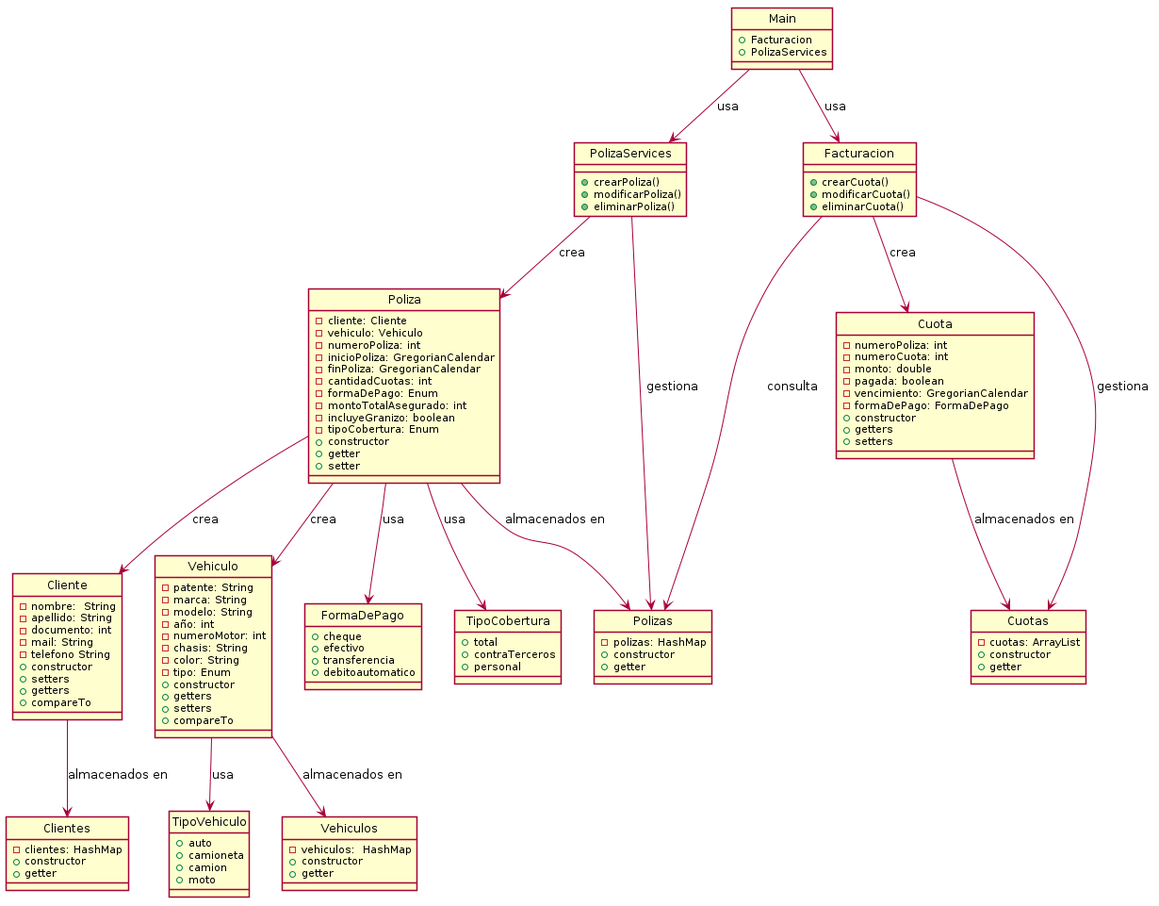
Before: out/latercera/latercera.png, a diagram exported from PlantUML (emiestevarena/Integrador2). Its diagram source:
```plantuml
@startuml latercera
skinparam  Style strictuml
skinparam  SequenceMessageAlignment center

class Cliente{
    -nombre:  String
    -apellido: String
    -documento: int
    -mail: String
    -telefono String
    +constructor
    +setters
    +getters
    +compareTo
}
class Clientes{
    -clientes: HashMap
    +constructor
    +getter
}
class Vehiculo{
    -patente: String
    -marca: String
    -modelo: String
    -año: int
    -numeroMotor: int
    -chasis: String
    -color: String
    -tipo: Enum
    +constructor
    +getters
    +setters
    +compareTo
}
enum TipoVehiculo{
    +auto
    +camioneta
    +camion
    +moto
}
class Vehiculos{
    -vehiculos:  HashMap
    +constructor
    +getter
}

class Poliza{
    -cliente: Cliente
    -vehiculo: Vehiculo
    -numeroPoliza: int
    -inicioPoliza: GregorianCalendar
    -finPoliza: GregorianCalendar
    -cantidadCuotas: int
    -formaDePago: Enum
    -montoTotalAsegurado: int
    -incluyeGranizo: boolean
    -tipoCobertura: Enum
    +constructor
    +getter
    +setter
}

enum FormaDePago{
    +cheque
    +efectivo
    +transferencia
    +debitoautomatico
}

enum TipoCobertura{
    +total
    +contraTerceros
    +personal
}

class Polizas{
    -polizas: HashMap
    +constructor
    +getter
}

class Cuota{
    -numeroPoliza: int
    -numeroCuota: int
    -monto: double
    -pagada: boolean
    -vencimiento: GregorianCalendar
    -formaDePago: FormaDePago
    +constructor
    +getters
    +setters
}

class Cuotas{
    -cuotas: ArrayList
    +constructor
    +getter
}

class PolizaServices{
    +crearPoliza()
    +modificarPoliza()
    +eliminarPoliza()
}

class Facturacion{
    +crearCuota()
    +modificarCuota()
    +eliminarCuota()
}

class Main{
    +Facturacion
    +PolizaServices
}

Cliente --> Clientes :almacenados en
Cuota --> Cuotas :almacenados en
Facturacion --> Cuota :crea
Facturacion --> Cuotas :gestiona
Facturacion --> Polizas :consulta
Main --> Facturacion :usa
Main -->PolizaServices:usa
Poliza --> Cliente :crea
Poliza --> Vehiculo :crea
Poliza --> FormaDePago :usa
Poliza --> TipoCobertura :usa
Poliza --> Polizas :almacenados en
PolizaServices --> Poliza :crea
PolizaServices --> Polizas :gestiona
Vehiculo --> TipoVehiculo :usa
Vehiculo --> Vehiculos :almacenados en

@enduml
```
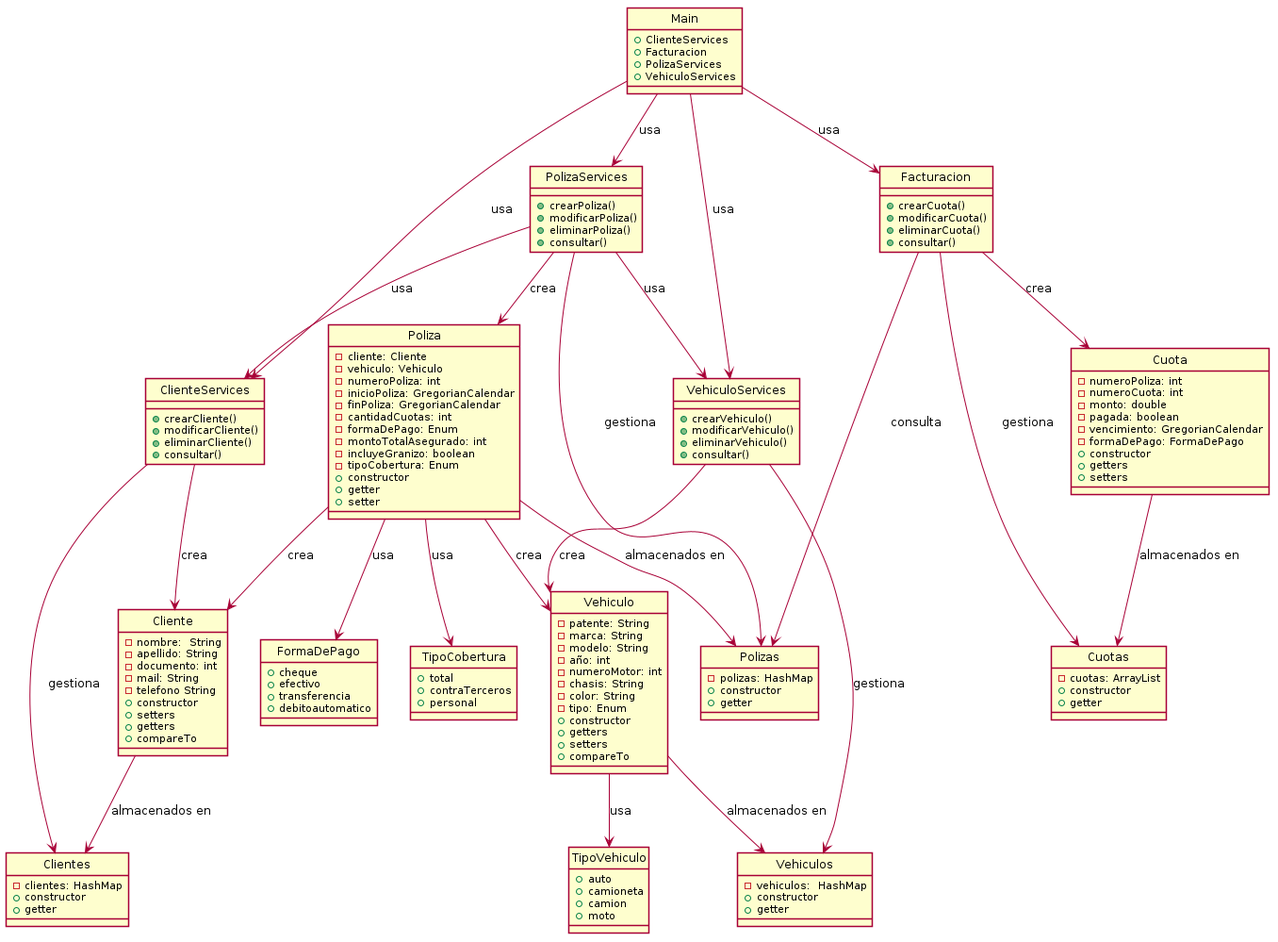
The same diagram one commit later.

The edit, as a diff of the source:
```diff
@@ -101,26 +101,48 @@
     +crearPoliza()
     +modificarPoliza()
     +eliminarPoliza()
+    +consultar()
+}
+
+class ClienteServices{
+    +crearCliente()
+    +modificarCliente()
+    +eliminarCliente()
+    +consultar()
+}
+
+class VehiculoServices{
+    +crearVehiculo()
+    +modificarVehiculo()
+    +eliminarVehiculo()
+    +consultar()
 }
 
 class Facturacion{
     +crearCuota()
     +modificarCuota()
     +eliminarCuota()
+    +consultar()
 }
 
 class Main{
+    +ClienteServices
     +Facturacion
     +PolizaServices
+    +VehiculoServices
 }
 
 Cliente --> Clientes :almacenados en
+ClienteServices --> Cliente :crea
+ClienteServices --> Clientes :gestiona
 Cuota --> Cuotas :almacenados en
 Facturacion --> Cuota :crea
 Facturacion --> Cuotas :gestiona
 Facturacion --> Polizas :consulta
 Main --> Facturacion :usa
 Main -->PolizaServices:usa
+Main -->ClienteServices :usa
+Main -->VehiculoServices :usa
 Poliza --> Cliente :crea
 Poliza --> Vehiculo :crea
 Poliza --> FormaDePago :usa
@@ -128,7 +150,10 @@
 Poliza --> Polizas :almacenados en
 PolizaServices --> Poliza :crea
 PolizaServices --> Polizas :gestiona
+PolizaServices --> ClienteServices :usa
+PolizaServices --> VehiculoServices :usa
 Vehiculo --> TipoVehiculo :usa
 Vehiculo --> Vehiculos :almacenados en
-
+VehiculoServices --> Vehiculo :crea
+VehiculoServices --> Vehiculos :gestiona
 @enduml
```
